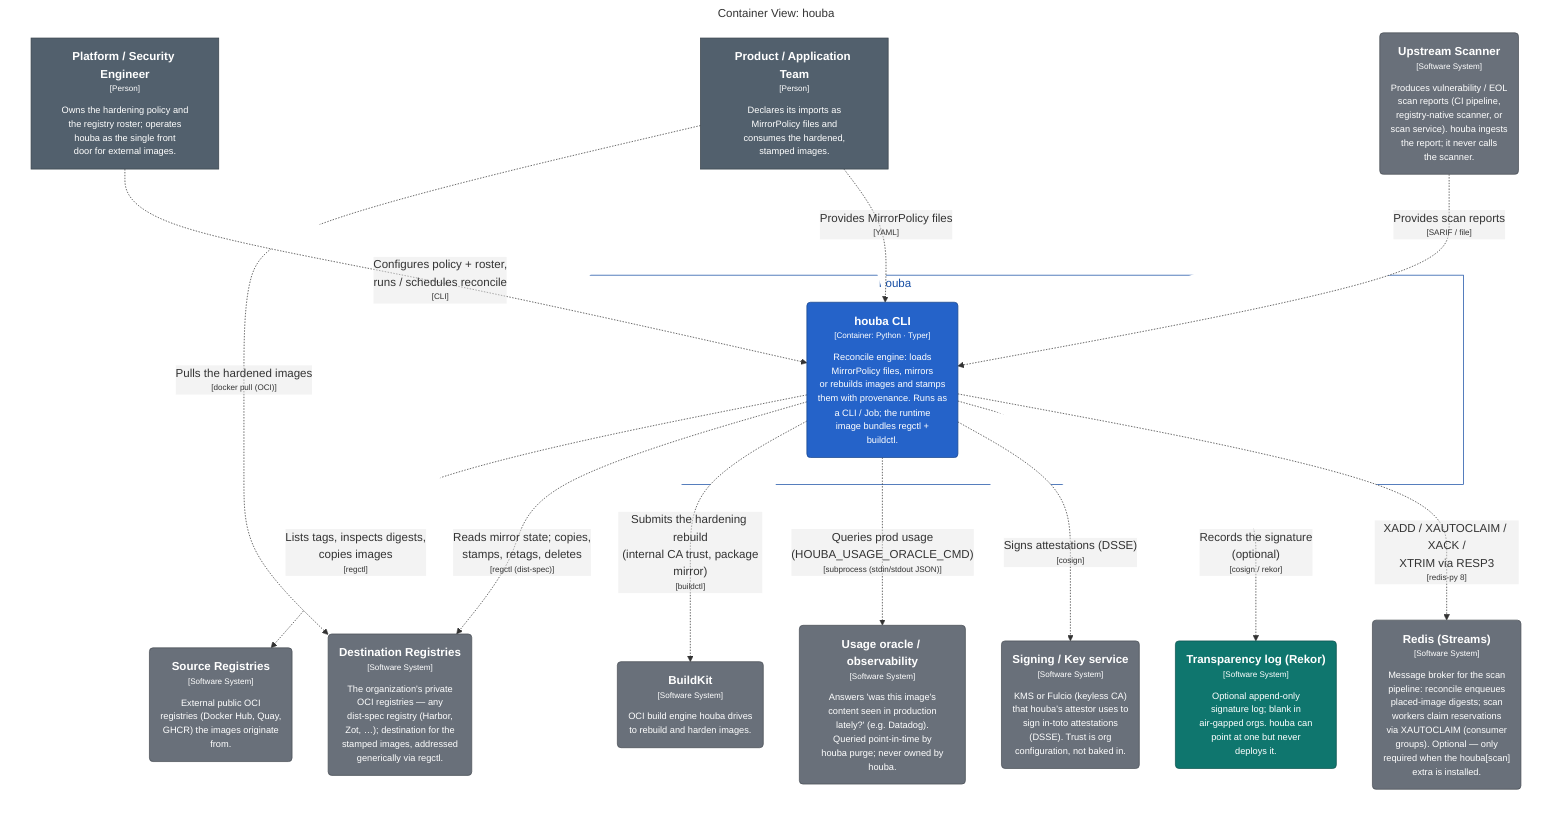
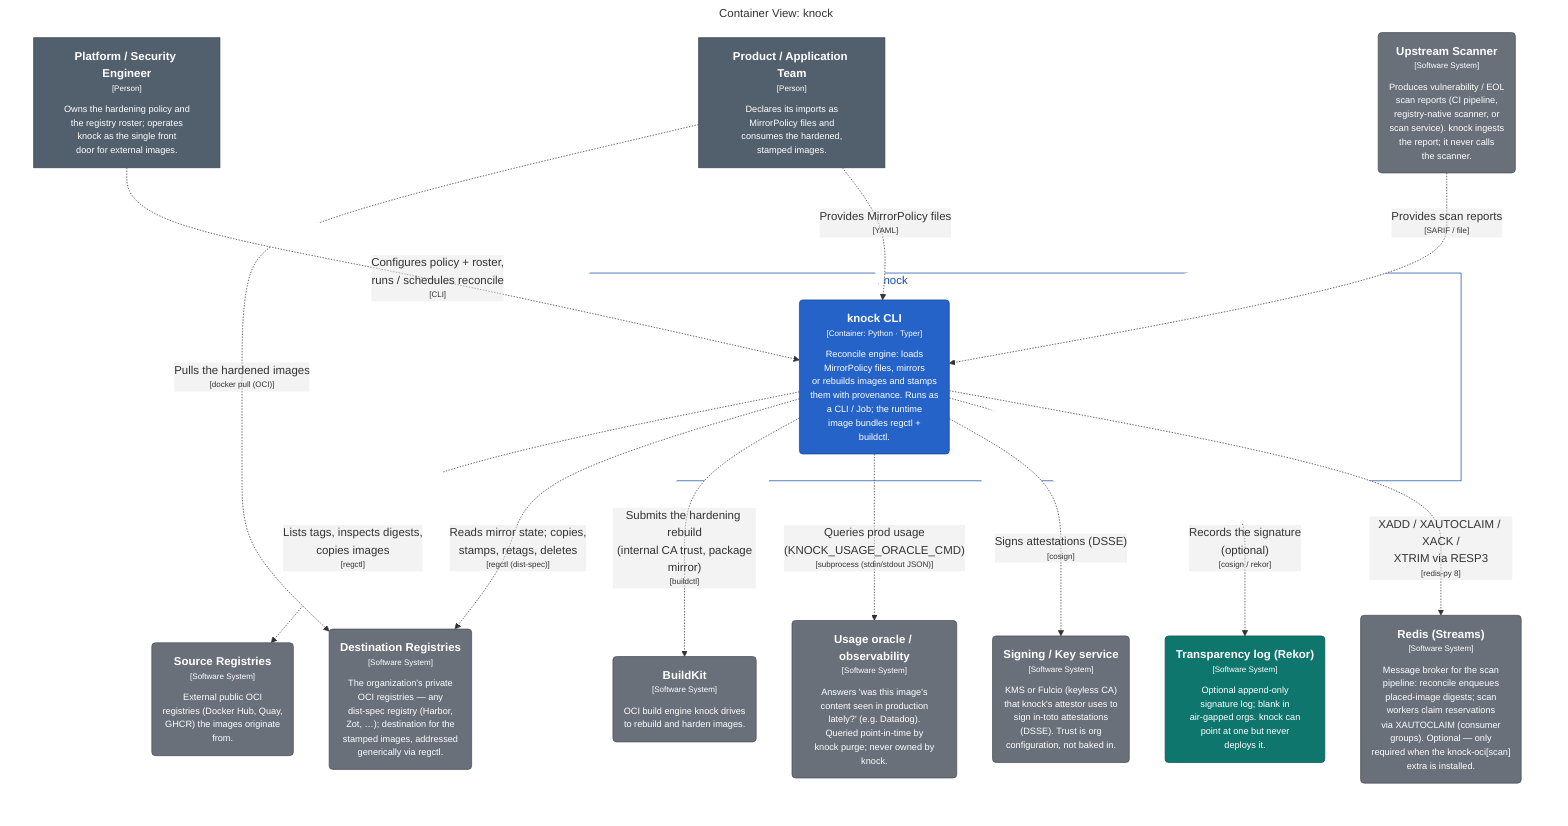
graph LR
  linkStyle default fill:#ffffff

-   subgraph diagram ["Container View: houba"]
+   subgraph diagram ["Container View: knock"]
    style diagram fill:#ffffff,stroke:#ffffff

-     1["<div style='font-weight: bold'>Platform / Security Engineer</div><div style='font-size: 70%; margin-top: 0px'>[Person]</div><div style='font-size: 80%; margin-top:10px'>Owns the hardening policy and<br />the registry roster; operates<br />houba as the single front<br />door for external images.</div>"]
+     1["<div style='font-weight: bold'>Platform / Security Engineer</div><div style='font-size: 70%; margin-top: 0px'>[Person]</div><div style='font-size: 80%; margin-top:10px'>Owns the hardening policy and<br />the registry roster; operates<br />knock as the single front<br />door for external images.</div>"]
    style 1 fill:#52606d,stroke:#39434c,color:#ffffff
    2["<div style='font-weight: bold'>Product / Application Team</div><div style='font-size: 70%; margin-top: 0px'>[Person]</div><div style='font-size: 80%; margin-top:10px'>Declares its imports as<br />MirrorPolicy files and<br />consumes the hardened,<br />stamped images.</div>"]
    style 2 fill:#52606d,stroke:#39434c,color:#ffffff
-     58("<div style='font-weight: bold'>Redis (Streams)</div><div style='font-size: 70%; margin-top: 0px'>[Software System]</div><div style='font-size: 80%; margin-top:10px'>Message broker for the scan<br />pipeline: reconcile enqueues<br />placed-image digests; scan<br />workers claim reservations<br />via XAUTOCLAIM (consumer<br />groups). Optional — only<br />required when the houba[scan]<br />extra is installed.</div>")
+     58("<div style='font-weight: bold'>Redis (Streams)</div><div style='font-size: 70%; margin-top: 0px'>[Software System]</div><div style='font-size: 80%; margin-top:10px'>Message broker for the scan<br />pipeline: reconcile enqueues<br />placed-image digests; scan<br />workers claim reservations<br />via XAUTOCLAIM (consumer<br />groups). Optional — only<br />required when the knock-oci[scan]<br />extra is installed.</div>")
    style 58 fill:#69707a,stroke:#494e55,color:#ffffff
    59("<div style='font-weight: bold'>Source Registries</div><div style='font-size: 70%; margin-top: 0px'>[Software System]</div><div style='font-size: 80%; margin-top:10px'>External public OCI<br />registries (Docker Hub, Quay,<br />GHCR) the images originate<br />from.</div>")
    style 59 fill:#69707a,stroke:#494e55,color:#ffffff
    60("<div style='font-weight: bold'>Destination Registries</div><div style='font-size: 70%; margin-top: 0px'>[Software System]</div><div style='font-size: 80%; margin-top:10px'>The organization's private<br />OCI registries — any<br />dist-spec registry (Harbor,<br />Zot, …); destination for the<br />stamped images, addressed<br />generically via regctl.</div>")
    style 60 fill:#69707a,stroke:#494e55,color:#ffffff
-     61("<div style='font-weight: bold'>BuildKit</div><div style='font-size: 70%; margin-top: 0px'>[Software System]</div><div style='font-size: 80%; margin-top:10px'>OCI build engine houba drives<br />to rebuild and harden images.</div>")
+     61("<div style='font-weight: bold'>BuildKit</div><div style='font-size: 70%; margin-top: 0px'>[Software System]</div><div style='font-size: 80%; margin-top:10px'>OCI build engine knock drives<br />to rebuild and harden images.</div>")
    style 61 fill:#69707a,stroke:#494e55,color:#ffffff
-     65("<div style='font-weight: bold'>Usage oracle / observability</div><div style='font-size: 70%; margin-top: 0px'>[Software System]</div><div style='font-size: 80%; margin-top:10px'>Answers 'was this image's<br />content seen in production<br />lately?' (e.g. Datadog).<br />Queried point-in-time by<br />houba purge; never owned by<br />houba.</div>")
+     65("<div style='font-weight: bold'>Usage oracle / observability</div><div style='font-size: 70%; margin-top: 0px'>[Software System]</div><div style='font-size: 80%; margin-top:10px'>Answers 'was this image's<br />content seen in production<br />lately?' (e.g. Datadog).<br />Queried point-in-time by<br />knock purge; never owned by<br />knock.</div>")
    style 65 fill:#69707a,stroke:#494e55,color:#ffffff
-     66("<div style='font-weight: bold'>Signing / Key service</div><div style='font-size: 70%; margin-top: 0px'>[Software System]</div><div style='font-size: 80%; margin-top:10px'>KMS or Fulcio (keyless CA)<br />that houba's attestor uses to<br />sign in-toto attestations<br />(DSSE). Trust is org<br />configuration, not baked in.</div>")
+     66("<div style='font-weight: bold'>Signing / Key service</div><div style='font-size: 70%; margin-top: 0px'>[Software System]</div><div style='font-size: 80%; margin-top:10px'>KMS or Fulcio (keyless CA)<br />that knock's attestor uses to<br />sign in-toto attestations<br />(DSSE). Trust is org<br />configuration, not baked in.</div>")
    style 66 fill:#69707a,stroke:#494e55,color:#ffffff
-     67("<div style='font-weight: bold'>Transparency log (Rekor)</div><div style='font-size: 70%; margin-top: 0px'>[Software System]</div><div style='font-size: 80%; margin-top:10px'>Optional append-only<br />signature log; blank in<br />air-gapped orgs. houba can<br />point at one but never<br />deploys it.</div>")
+     67("<div style='font-weight: bold'>Transparency log (Rekor)</div><div style='font-size: 70%; margin-top: 0px'>[Software System]</div><div style='font-size: 80%; margin-top:10px'>Optional append-only<br />signature log; blank in<br />air-gapped orgs. knock can<br />point at one but never<br />deploys it.</div>")
    style 67 fill:#0f766e,stroke:#0a524d,color:#ffffff
-     68("<div style='font-weight: bold'>Upstream Scanner</div><div style='font-size: 70%; margin-top: 0px'>[Software System]</div><div style='font-size: 80%; margin-top:10px'>Produces vulnerability / EOL<br />scan reports (CI pipeline,<br />registry-native scanner, or<br />scan service). houba ingests<br />the report; it never calls<br />the scanner.</div>")
+     68("<div style='font-weight: bold'>Upstream Scanner</div><div style='font-size: 70%; margin-top: 0px'>[Software System]</div><div style='font-size: 80%; margin-top:10px'>Produces vulnerability / EOL<br />scan reports (CI pipeline,<br />registry-native scanner, or<br />scan service). knock ingests<br />the report; it never calls<br />the scanner.</div>")
    style 68 fill:#69707a,stroke:#494e55,color:#ffffff

-     subgraph 4 ["houba"]
+     subgraph 4 ["knock"]
      style 4 fill:#ffffff,stroke:#154da4,color:#154da4

-       5("<div style='font-weight: bold'>houba CLI</div><div style='font-size: 70%; margin-top: 0px'>[Container: Python · Typer]</div><div style='font-size: 80%; margin-top:10px'>Reconcile engine: loads<br />MirrorPolicy files, mirrors<br />or rebuilds images and stamps<br />them with provenance. Runs as<br />a CLI / Job; the runtime<br />image bundles regctl +<br />buildctl.</div>")
+       5("<div style='font-weight: bold'>knock CLI</div><div style='font-size: 70%; margin-top: 0px'>[Container: Python · Typer]</div><div style='font-size: 80%; margin-top:10px'>Reconcile engine: loads<br />MirrorPolicy files, mirrors<br />or rebuilds images and stamps<br />them with provenance. Runs as<br />a CLI / Job; the runtime<br />image bundles regctl +<br />buildctl.</div>")
      style 5 fill:#2563c9,stroke:#19458c,color:#ffffff
    end

    68-. "<div>Provides scan reports</div><div style='font-size: 70%'>[SARIF / file]</div>" .->5
    5-. "<div>Lists tags, inspects digests,<br />copies images</div><div style='font-size: 70%'>[regctl]</div>" .->59
    5-. "<div>Reads mirror state; copies,<br />stamps, retags, deletes</div><div style='font-size: 70%'>[regctl (dist-spec)]</div>" .->60
    5-. "<div>Submits the hardening rebuild<br />(internal CA trust, package<br />mirror)</div><div style='font-size: 70%'>[buildctl]</div>" .->61
-     5-. "<div>Queries prod usage<br />(HOUBA_USAGE_ORACLE_CMD)</div><div style='font-size: 70%'>[subprocess (stdin/stdout JSON)]</div>" .->65
+     5-. "<div>Queries prod usage<br />(KNOCK_USAGE_ORACLE_CMD)</div><div style='font-size: 70%'>[subprocess (stdin/stdout JSON)]</div>" .->65
    5-. "<div>Signs attestations (DSSE)</div><div style='font-size: 70%'>[cosign]</div>" .->66
    5-. "<div>Records the signature<br />(optional)</div><div style='font-size: 70%'>[cosign / rekor]</div>" .->67
    5-. "<div>XADD / XAUTOCLAIM / XACK /<br />XTRIM via RESP3</div><div style='font-size: 70%'>[redis-py 8]</div>" .->58
    2-. "<div>Pulls the hardened images</div><div style='font-size: 70%'>[docker pull (OCI)]</div>" .->60
    1-. "<div>Configures policy + roster,<br />runs / schedules reconcile</div><div style='font-size: 70%'>[CLI]</div>" .->5
    2-. "<div>Provides MirrorPolicy files</div><div style='font-size: 70%'>[YAML]</div>" .->5

  end